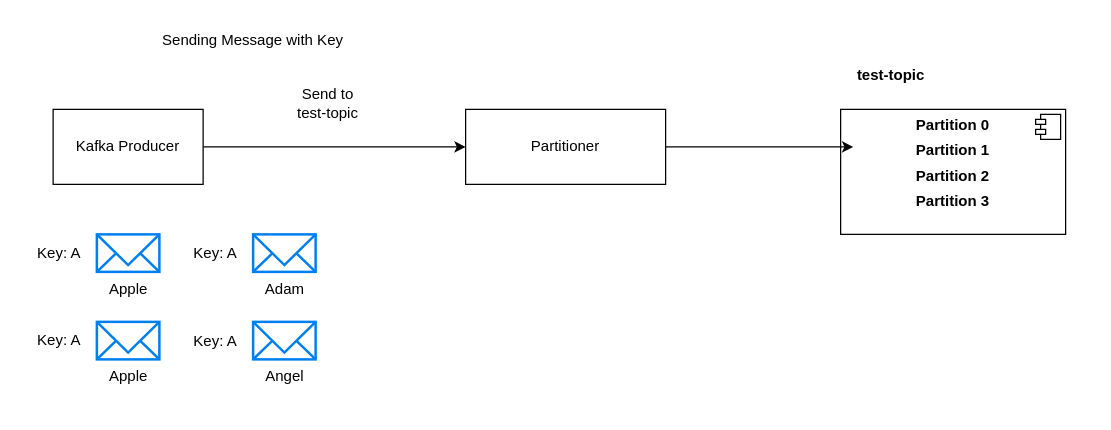
Earlier version of the draw.io diagram page "Kafka" (5 of 6) of Realtime.drawio (tuankhoi2206/Draft-system-overview). Source tidied: cells renumbered, new cells numbered last; positions are measured from the earlier drawing's top-left corner, leaving out a move shared by most shapes. Both pictures are drawn from the tidied source at 125%, with x=0, y=0 at pixel (21, 21).
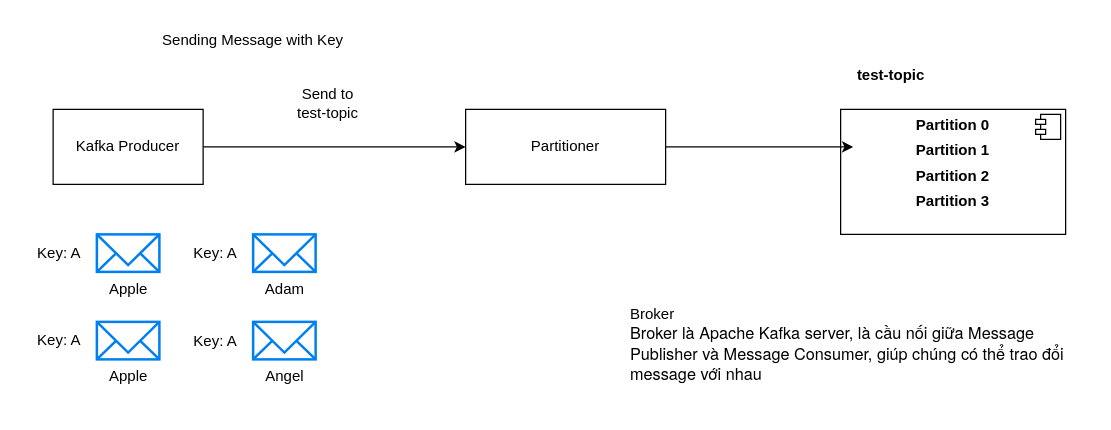
After the change.

The edit, as a diff of the source:
```diff
@@
+    <mxCell id="19" value="Broker&lt;div&gt;&lt;span style=&quot;font-family: ProximaNova, &amp;quot;Helvetica Neue&amp;quot;, Helvetica, Arial, sans-serif; background-color: rgb(255, 255, 255);&quot;&gt;&lt;font style=&quot;font-size: 13px;&quot;&gt;Broker là Apache Kafka server, là cầu nối giữa Message Publisher và Message Consumer, giúp chúng có thể trao đổi message với nhau&lt;/font&gt;&lt;/span&gt;&lt;/div&gt;" style="text;whiteSpace=wrap;html=1;align=left;" parent="1" vertex="1">
+      <mxGeometry x="485" y="220" width="370" height="90" as="geometry" />
+    </mxCell>
```
